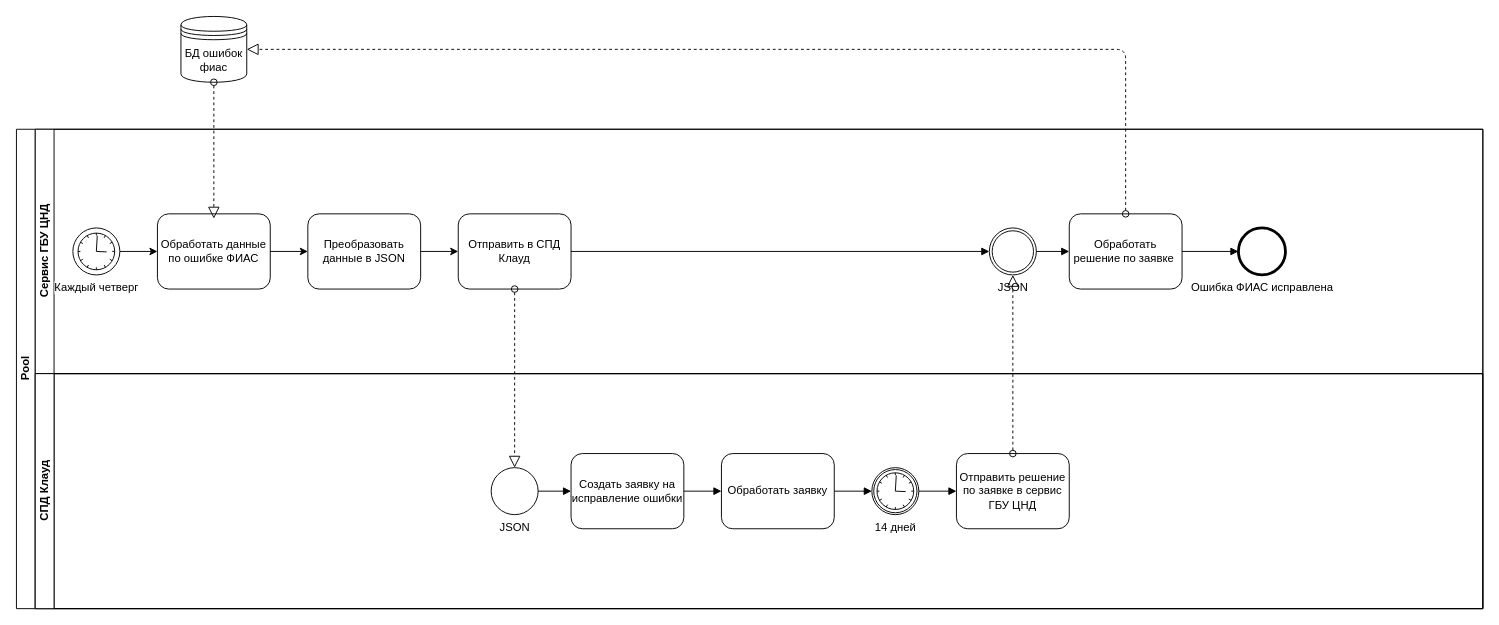
This is st3.drawio from Swia/WP3, a draw.io file, before an edit. Source tidied: cells renumbered, new cells numbered last; positions are measured from the earlier drawing's top-left corner, leaving out a move shared by most shapes. Both pictures are drawn from the tidied source at 94%, with x=0, y=0 at pixel (16, 16).
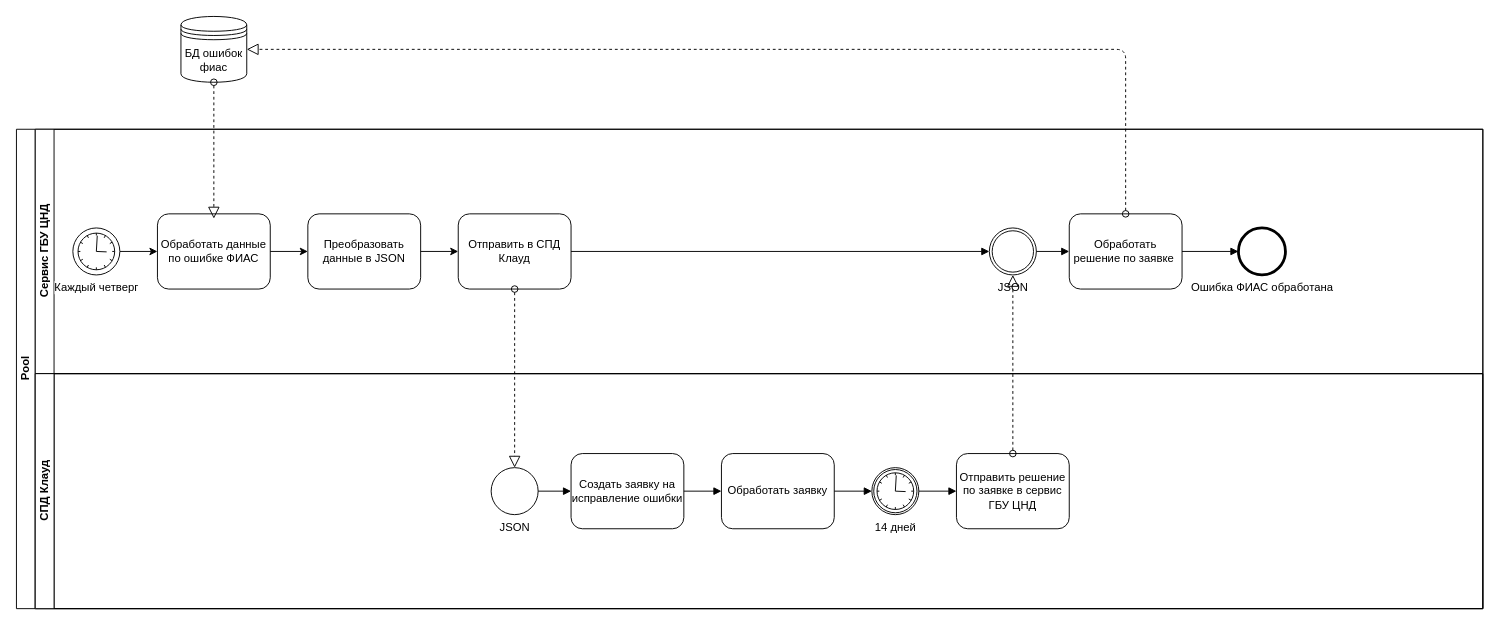
The same page after the edit.

Unchanged cells that the change refers to:
```xml
<mxCell id="3" value="Сервис ГБУ ЦНД" style="swimlane;html=1;startSize=20;horizontal=0;" parent="2" vertex="1">
  <mxGeometry x="20" width="1540" height="260" as="geometry" />
</mxCell>
```

What changed in the source:
```diff
@@
-    <mxCell id="15" value="Ошибка ФИАС исправлена&lt;br&gt;&amp;nbsp;" style="shape=mxgraph.bpmn.shape;html=1;verticalLabelPosition=bottom;labelBackgroundColor=#ffffff;verticalAlign=top;align=center;perimeter=ellipsePerimeter;outlineConnect=0;outline=end;symbol=general;" parent="3" vertex="1">
+    <mxCell id="15" value="Ошибка ФИАС обработана&lt;br&gt;&amp;nbsp;" style="shape=mxgraph.bpmn.shape;html=1;verticalLabelPosition=bottom;labelBackgroundColor=#ffffff;verticalAlign=top;align=center;perimeter=ellipsePerimeter;outlineConnect=0;outline=end;symbol=general;" parent="3" vertex="1">
       <mxGeometry x="1280" y="105" width="50" height="50" as="geometry" />
     </mxCell>
```
